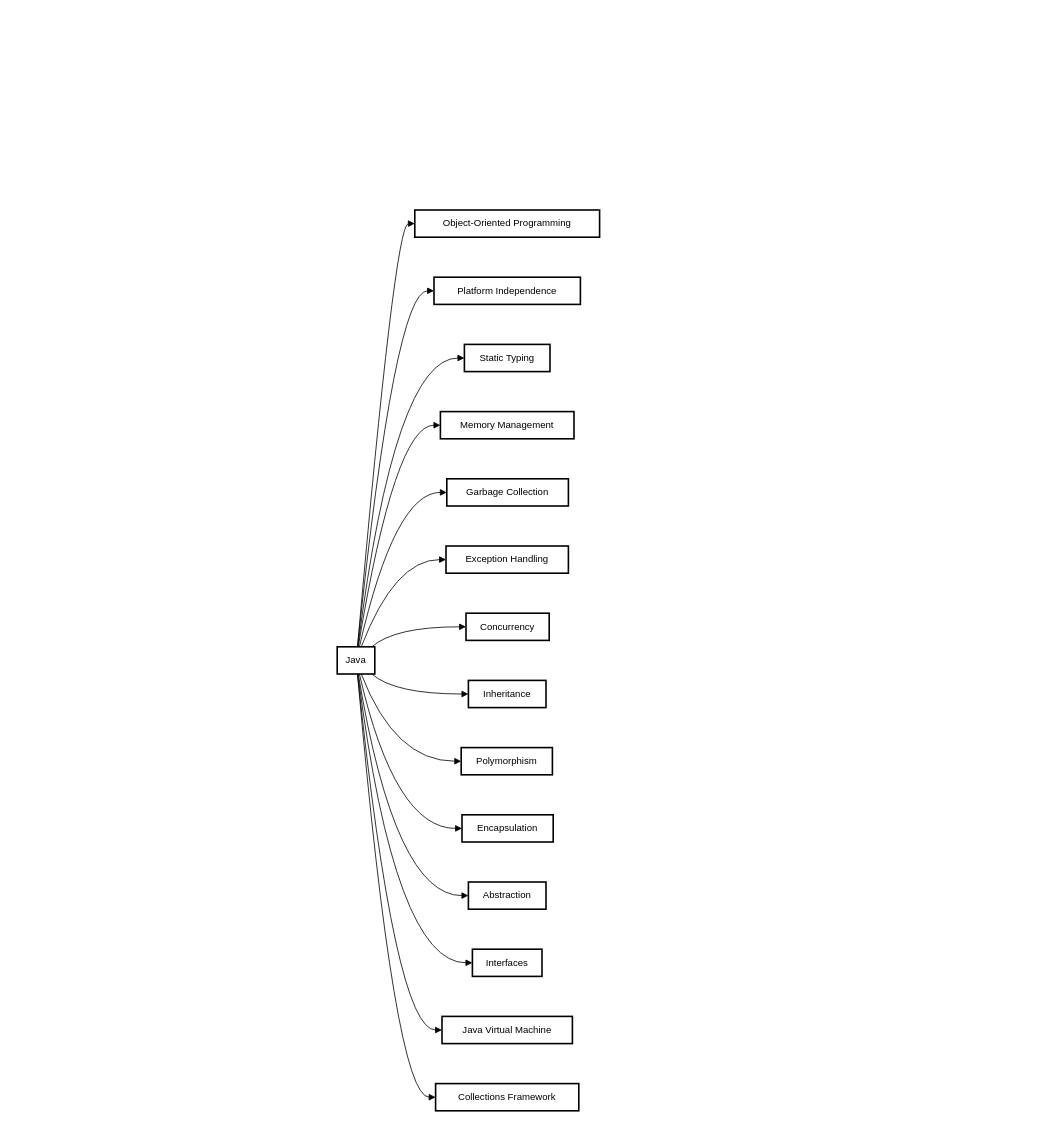
This is page "Java" (1 of 4) of Programming Languages.drawio from sunflynf/diagram-only, a draw.io file, before an edit. Source tidied: cells renumbered, new cells numbered last; positions are measured from the earlier drawing's top-left corner, leaving out a move shared by most shapes. Both pictures are drawn from the tidied source at 80%, with x=0, y=0 at pixel (337, 210).
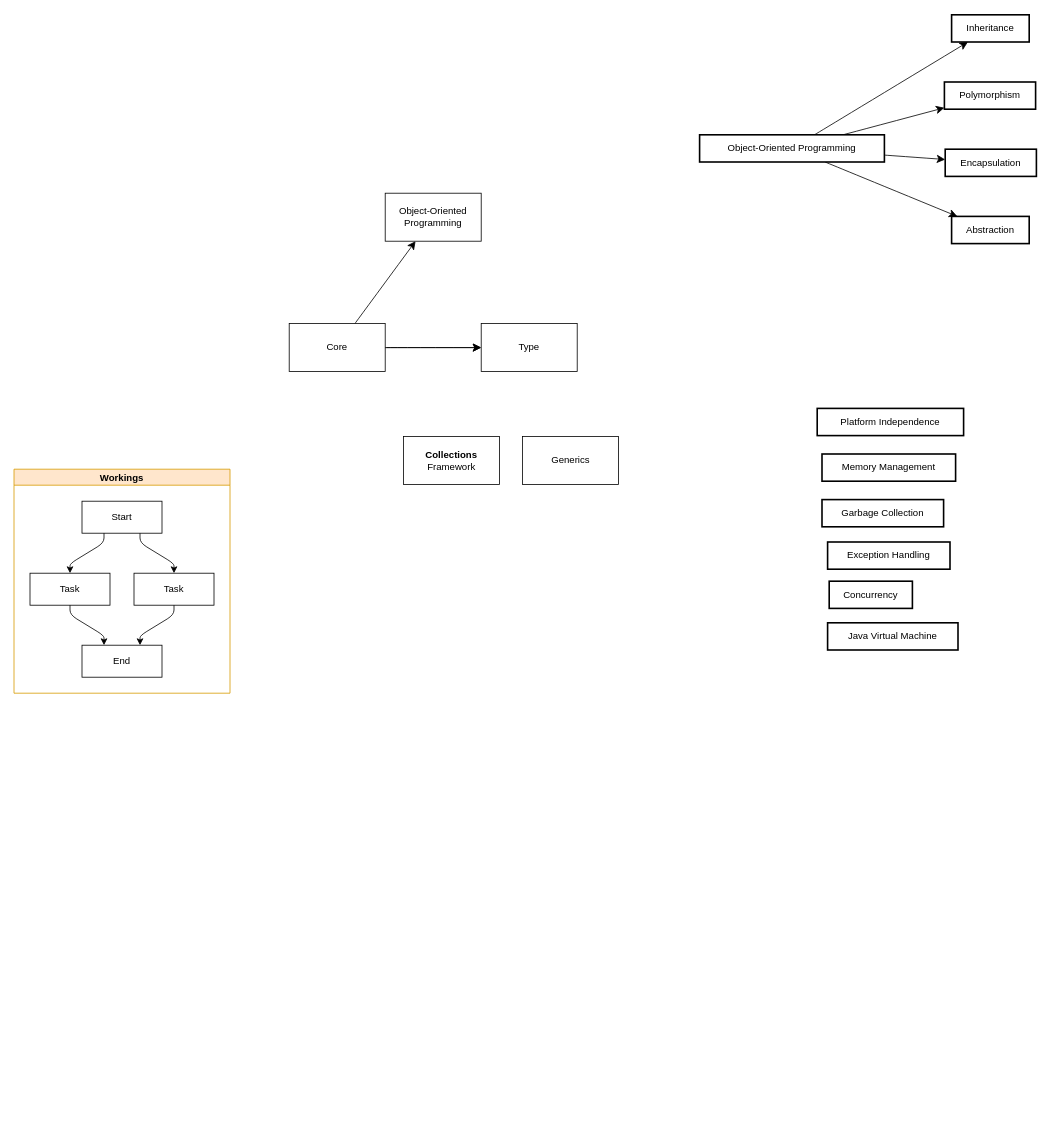
After the change.

Change to the diagram source:
```diff
@@
-    <mxCell id="2" value="Java" style="whiteSpace=wrap;strokeWidth=2;" parent="1" vertex="1">
-      <mxGeometry y="546" width="47" height="34" as="geometry" />
-    </mxCell>
+    <mxCell id="31" style="edgeStyle=none;curved=1;rounded=0;jettySize=auto;html=1;fontSize=12;startSize=8;endSize=8;" parent="1" edge="1" source="3" target="12">
+      <mxGeometry relative="1" as="geometry" />
+    </mxCell>
+    <mxCell id="32" style="edgeStyle=none;curved=1;rounded=0;jettySize=auto;html=1;fontSize=12;startSize=8;endSize=8;" parent="1" edge="1" source="3" target="11">
+      <mxGeometry relative="1" as="geometry" />
+    </mxCell>
+    <mxCell id="33" style="edgeStyle=none;curved=1;rounded=0;jettySize=auto;html=1;fontSize=12;startSize=8;endSize=8;" parent="1" edge="1" source="3" target="10">
+      <mxGeometry relative="1" as="geometry" />
+    </mxCell>
+    <mxCell id="34" style="edgeStyle=none;curved=1;rounded=0;jettySize=auto;html=1;fontSize=12;startSize=8;endSize=8;" parent="1" edge="1" source="3" target="13">
+      <mxGeometry relative="1" as="geometry" />
+    </mxCell>
     <mxCell id="3" value="Object-Oriented Programming" style="whiteSpace=wrap;strokeWidth=2;" parent="1" vertex="1">
-      <mxGeometry x="97" width="231" height="34" as="geometry" />
+      <mxGeometry x="453" y="-94" width="231" height="34" as="geometry" />
     </mxCell>
     <mxCell id="4" value="Platform Independence" style="whiteSpace=wrap;strokeWidth=2;" parent="1" vertex="1">
-      <mxGeometry x="121" y="84" width="183" height="34" as="geometry" />
+      <mxGeometry x="600" y="248" width="183" height="34" as="geometry" />
     </mxCell>
-    <mxCell id="5" value="Static Typing" style="whiteSpace=wrap;strokeWidth=2;" parent="1" vertex="1">
-      <mxGeometry x="159" y="168" width="107" height="34" as="geometry" />
-    </mxCell>
     <mxCell id="6" value="Memory Management" style="whiteSpace=wrap;strokeWidth=2;" parent="1" vertex="1">
-      <mxGeometry x="129" y="252" width="167" height="34" as="geometry" />
+      <mxGeometry x="606" y="305" width="167" height="34" as="geometry" />
     </mxCell>
     <mxCell id="7" value="Garbage Collection" style="whiteSpace=wrap;strokeWidth=2;" parent="1" vertex="1">
-      <mxGeometry x="137" y="336" width="152" height="34" as="geometry" />
+      <mxGeometry x="606" y="362" width="152" height="34" as="geometry" />
     </mxCell>
     <mxCell id="8" value="Exception Handling" style="whiteSpace=wrap;strokeWidth=2;" parent="1" vertex="1">
-      <mxGeometry x="136" y="420" width="153" height="34" as="geometry" />
+      <mxGeometry x="613" y="415" width="153" height="34" as="geometry" />
     </mxCell>
     <mxCell id="9" value="Concurrency" style="whiteSpace=wrap;strokeWidth=2;" parent="1" vertex="1">
-      <mxGeometry x="161" y="504" width="104" height="34" as="geometry" />
+      <mxGeometry x="615" y="464" width="104" height="34" as="geometry" />
     </mxCell>
     <mxCell id="10" value="Inheritance" style="whiteSpace=wrap;strokeWidth=2;" parent="1" vertex="1">
-      <mxGeometry x="164" y="588" width="97" height="34" as="geometry" />
+      <mxGeometry x="768" y="-244" width="97" height="34" as="geometry" />
     </mxCell>
     <mxCell id="11" value="Polymorphism" style="whiteSpace=wrap;strokeWidth=2;" parent="1" vertex="1">
-      <mxGeometry x="155" y="672" width="114" height="34" as="geometry" />
+      <mxGeometry x="759" y="-160" width="114" height="34" as="geometry" />
     </mxCell>
     <mxCell id="12" value="Encapsulation" style="whiteSpace=wrap;strokeWidth=2;" parent="1" vertex="1">
-      <mxGeometry x="156" y="756" width="114" height="34" as="geometry" />
+      <mxGeometry x="760" y="-76" width="114" height="34" as="geometry" />
     </mxCell>
     <mxCell id="13" value="Abstraction" style="whiteSpace=wrap;strokeWidth=2;" parent="1" vertex="1">
-      <mxGeometry x="164" y="840" width="97" height="34" as="geometry" />
+      <mxGeometry x="768" y="8" width="97" height="34" as="geometry" />
     </mxCell>
-    <mxCell id="14" value="Interfaces" style="whiteSpace=wrap;strokeWidth=2;" parent="1" vertex="1">
-      <mxGeometry x="169" y="924" width="87" height="34" as="geometry" />
-    </mxCell>
     <mxCell id="15" value="Java Virtual Machine" style="whiteSpace=wrap;strokeWidth=2;" parent="1" vertex="1">
-      <mxGeometry x="131" y="1008" width="163" height="34" as="geometry" />
+      <mxGeometry x="613" y="516" width="163" height="34" as="geometry" />
     </mxCell>
+    <mxCell id="35" style="edgeStyle=none;curved=1;rounded=0;jettySize=auto;html=1;fontSize=12;startSize=8;endSize=8;" parent="1" edge="1" source="38" target="39">
+      <mxGeometry relative="1" as="geometry" />
+    </mxCell>
+    <mxCell id="36" style="edgeStyle=none;curved=1;rounded=0;jettySize=auto;html=1;fontSize=12;startSize=8;endSize=8;" parent="1" edge="1" source="38" target="49">
+      <mxGeometry relative="1" as="geometry" />
+    </mxCell>
+    <mxCell id="37" style="edgeStyle=none;curved=1;rounded=0;jettySize=auto;html=1;fontSize=12;startSize=8;endSize=8;" parent="1" edge="1" source="38" target="49">
+      <mxGeometry relative="1" as="geometry" />
+    </mxCell>
+    <mxCell id="38" value="&lt;div&gt;Core&lt;/div&gt;" style="whiteSpace=wrap;html=1;" parent="1" vertex="1">
+      <mxGeometry x="-60" y="142" width="120" height="60" as="geometry" />
+    </mxCell>
+    <mxCell id="39" value="Object-Oriented Programming" style="whiteSpace=wrap;html=1;verticalAlign=middle;" parent="1" vertex="1">
+      <mxGeometry x="60" y="-21" width="120" height="60" as="geometry" />
+    </mxCell>
+    <mxCell id="40" value="Workings" style="swimlane;startSize=20;horizontal=1;flowOrientation=north;interRankCellSpacing=50;containerType=tree;fontSize=12;fillColor=#ffe6cc;strokeColor=#d79b00;" parent="1" vertex="1">
+      <mxGeometry x="-404" y="324" width="270" height="280" as="geometry" />
+    </mxCell>
+    <mxCell id="41" value="Start" style="whiteSpace=wrap;html=1;" parent="40" vertex="1">
+      <mxGeometry x="85" y="40" width="100" height="40" as="geometry" />
+    </mxCell>
+    <mxCell id="42" value="Task" style="whiteSpace=wrap;html=1;" parent="40" vertex="1">
+      <mxGeometry x="20" y="130" width="100" height="40" as="geometry" />
+    </mxCell>
+    <mxCell id="43" style="html=1;rounded=1;curved=0;sourcePerimeterSpacing=0;targetPerimeterSpacing=0;startSize=6;endSize=6;fontSize=12;noEdgeStyle=1;orthogonal=1;" parent="40" edge="1" source="41" target="42">
+      <mxGeometry relative="1" as="geometry">
+        <Array as="points">
+          <mxPoint x="112.5" y="92" />
+          <mxPoint x="70" y="118" />
+        </Array>
+      </mxGeometry>
+    </mxCell>
+    <mxCell id="44" value="Task" style="whiteSpace=wrap;html=1;" parent="40" vertex="1">
+      <mxGeometry x="150" y="130" width="100" height="40" as="geometry" />
+    </mxCell>
+    <mxCell id="45" style="html=1;rounded=1;curved=0;sourcePerimeterSpacing=0;targetPerimeterSpacing=0;startSize=6;endSize=6;fontSize=12;noEdgeStyle=1;orthogonal=1;" parent="40" edge="1" source="41" target="44">
+      <mxGeometry relative="1" as="geometry">
+        <Array as="points">
+          <mxPoint x="157.5" y="92" />
+          <mxPoint x="200" y="118" />
+        </Array>
+      </mxGeometry>
+    </mxCell>
+    <mxCell id="46" value="End" style="whiteSpace=wrap;html=1;" parent="40" vertex="1">
+      <mxGeometry x="85" y="220" width="100" height="40" as="geometry" />
+    </mxCell>
+    <mxCell id="47" style="html=1;rounded=1;curved=0;sourcePerimeterSpacing=0;targetPerimeterSpacing=0;startSize=6;endSize=6;fontSize=12;noEdgeStyle=1;orthogonal=1;" parent="40" edge="1" source="42" target="46">
+      <mxGeometry relative="1" as="geometry">
+        <Array as="points">
+          <mxPoint x="70" y="182" />
+          <mxPoint x="112.5" y="208" />
+        </Array>
+      </mxGeometry>
+    </mxCell>
+    <mxCell id="48" style="html=1;rounded=1;curved=0;sourcePerimeterSpacing=0;targetPerimeterSpacing=0;startSize=6;endSize=6;fontSize=12;noEdgeStyle=1;orthogonal=1;" parent="40" edge="1" source="44" target="46">
+      <mxGeometry relative="1" as="geometry">
+        <Array as="points">
+          <mxPoint x="200" y="182" />
+          <mxPoint x="157.5" y="208" />
+        </Array>
+      </mxGeometry>
+    </mxCell>
+    <mxCell id="49" value="Type" style="whiteSpace=wrap;html=1;" parent="1" vertex="1">
+      <mxGeometry x="180" y="142" width="120" height="60" as="geometry" />
+    </mxCell>
-    <mxCell id="16" value="Collections Framework" style="whiteSpace=wrap;strokeWidth=2;" parent="1" vertex="1">
-      <mxGeometry x="123" y="1092" width="179" height="34" as="geometry" />
+    <mxCell id="16" value="&lt;b&gt;Collections&lt;/b&gt; Framework" style="whiteSpace=wrap;html=1;" parent="1" vertex="1">
+      <mxGeometry x="83" y="283" width="120" height="60" as="geometry" />
     </mxCell>
-    <mxCell id="17" style="curved=1;startArrow=none;endArrow=block;exitX=0.54;exitY=0;entryX=0;entryY=0.5;" parent="1" edge="1" source="2" target="3">
-      <mxGeometry relative="1" as="geometry">
-        <Array as="points">
-          <mxPoint x="72" y="17" />
-        </Array>
-      </mxGeometry>
-    </mxCell>
-    <mxCell id="18" style="curved=1;startArrow=none;endArrow=block;exitX=0.54;exitY=0;entryX=0;entryY=0.5;" parent="1" edge="1" source="2" target="4">
-      <mxGeometry relative="1" as="geometry">
-        <Array as="points">
-          <mxPoint x="72" y="101" />
-        </Array>
-      </mxGeometry>
-    </mxCell>
-    <mxCell id="19" style="curved=1;startArrow=none;endArrow=block;exitX=0.55;exitY=0;entryX=0;entryY=0.5;" parent="1" edge="1" source="2" target="5">
-      <mxGeometry relative="1" as="geometry">
-        <Array as="points">
-          <mxPoint x="72" y="185" />
-        </Array>
-      </mxGeometry>
-    </mxCell>
-    <mxCell id="20" style="curved=1;startArrow=none;endArrow=block;exitX=0.56;exitY=0;entryX=0;entryY=0.5;" parent="1" edge="1" source="2" target="6">
-      <mxGeometry relative="1" as="geometry">
-        <Array as="points">
-          <mxPoint x="72" y="269" />
-        </Array>
-      </mxGeometry>
-    </mxCell>
-    <mxCell id="21" style="curved=1;startArrow=none;endArrow=block;exitX=0.59;exitY=0;entryX=0;entryY=0.5;" parent="1" edge="1" source="2" target="7">
-      <mxGeometry relative="1" as="geometry">
-        <Array as="points">
-          <mxPoint x="72" y="353" />
-        </Array>
-      </mxGeometry>
-    </mxCell>
-    <mxCell id="22" style="curved=1;startArrow=none;endArrow=block;exitX=0.64;exitY=0;entryX=0;entryY=0.5;" parent="1" edge="1" source="2" target="8">
-      <mxGeometry relative="1" as="geometry">
-        <Array as="points">
-          <mxPoint x="72" y="437" />
-        </Array>
-      </mxGeometry>
-    </mxCell>
-    <mxCell id="23" style="curved=1;startArrow=none;endArrow=block;exitX=0.92;exitY=0;entryX=0;entryY=0.5;" parent="1" edge="1" source="2" target="9">
-      <mxGeometry relative="1" as="geometry">
-        <Array as="points">
-          <mxPoint x="72" y="521" />
-        </Array>
-      </mxGeometry>
-    </mxCell>
-    <mxCell id="24" style="curved=1;startArrow=none;endArrow=block;exitX=0.92;exitY=1;entryX=0;entryY=0.5;" parent="1" edge="1" source="2" target="10">
-      <mxGeometry relative="1" as="geometry">
-        <Array as="points">
-          <mxPoint x="72" y="605" />
-        </Array>
-      </mxGeometry>
-    </mxCell>
-    <mxCell id="25" style="curved=1;startArrow=none;endArrow=block;exitX=0.64;exitY=1;entryX=0;entryY=0.5;" parent="1" edge="1" source="2" target="11">
-      <mxGeometry relative="1" as="geometry">
-        <Array as="points">
-          <mxPoint x="72" y="689" />
-        </Array>
-      </mxGeometry>
-    </mxCell>
-    <mxCell id="26" style="curved=1;startArrow=none;endArrow=block;exitX=0.59;exitY=1;entryX=0;entryY=0.5;" parent="1" edge="1" source="2" target="12">
-      <mxGeometry relative="1" as="geometry">
-        <Array as="points">
-          <mxPoint x="72" y="773" />
-        </Array>
-      </mxGeometry>
-    </mxCell>
-    <mxCell id="27" style="curved=1;startArrow=none;endArrow=block;exitX=0.56;exitY=1;entryX=0;entryY=0.5;" parent="1" edge="1" source="2" target="13">
-      <mxGeometry relative="1" as="geometry">
-        <Array as="points">
-          <mxPoint x="72" y="857" />
-        </Array>
-      </mxGeometry>
-    </mxCell>
-    <mxCell id="28" style="curved=1;startArrow=none;endArrow=block;exitX=0.55;exitY=1;entryX=0;entryY=0.5;" parent="1" edge="1" source="2" target="14">
-      <mxGeometry relative="1" as="geometry">
-        <Array as="points">
-          <mxPoint x="72" y="941" />
-        </Array>
-      </mxGeometry>
-    </mxCell>
-    <mxCell id="29" style="curved=1;startArrow=none;endArrow=block;exitX=0.54;exitY=1;entryX=0;entryY=0.5;" parent="1" edge="1" source="2" target="15">
-      <mxGeometry relative="1" as="geometry">
-        <Array as="points">
-          <mxPoint x="72" y="1025" />
-        </Array>
-      </mxGeometry>
-    </mxCell>
-    <mxCell id="30" style="curved=1;startArrow=none;endArrow=block;exitX=0.54;exitY=1;entryX=0;entryY=0.5;" parent="1" edge="1" source="2" target="16">
-      <mxGeometry relative="1" as="geometry">
-        <Array as="points">
-          <mxPoint x="72" y="1109" />
-        </Array>
-      </mxGeometry>
-    </mxCell>
+    <mxCell id="50" value="Generics" style="whiteSpace=wrap;html=1;" parent="1" vertex="1">
+      <mxGeometry x="231.5" y="283" width="120" height="60" as="geometry" />
+    </mxCell>
```
